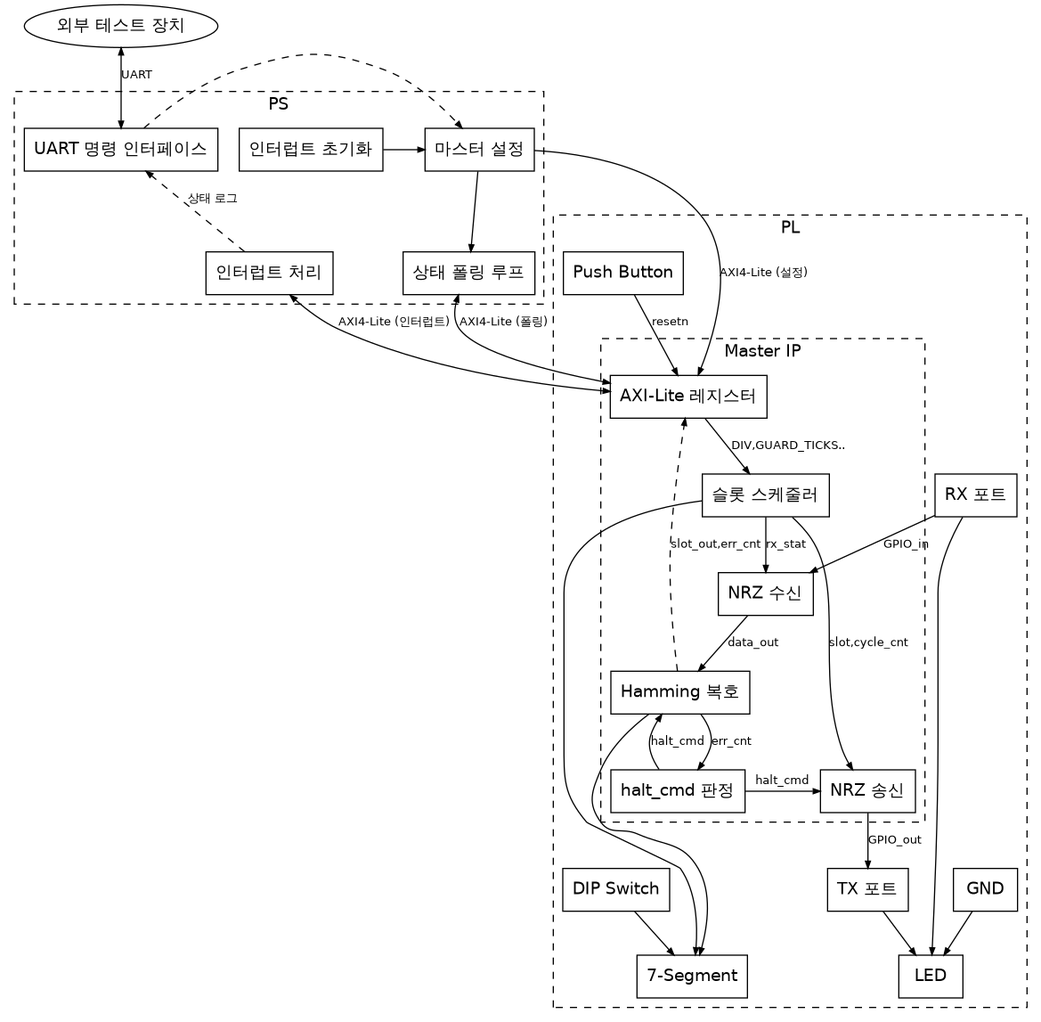
Earlier version of the Graphviz export diagrams/full_stack.png (Woodong02/SoC_Design_and_Programming). Its source is kept beside it as diagrams/full_stack.dot.
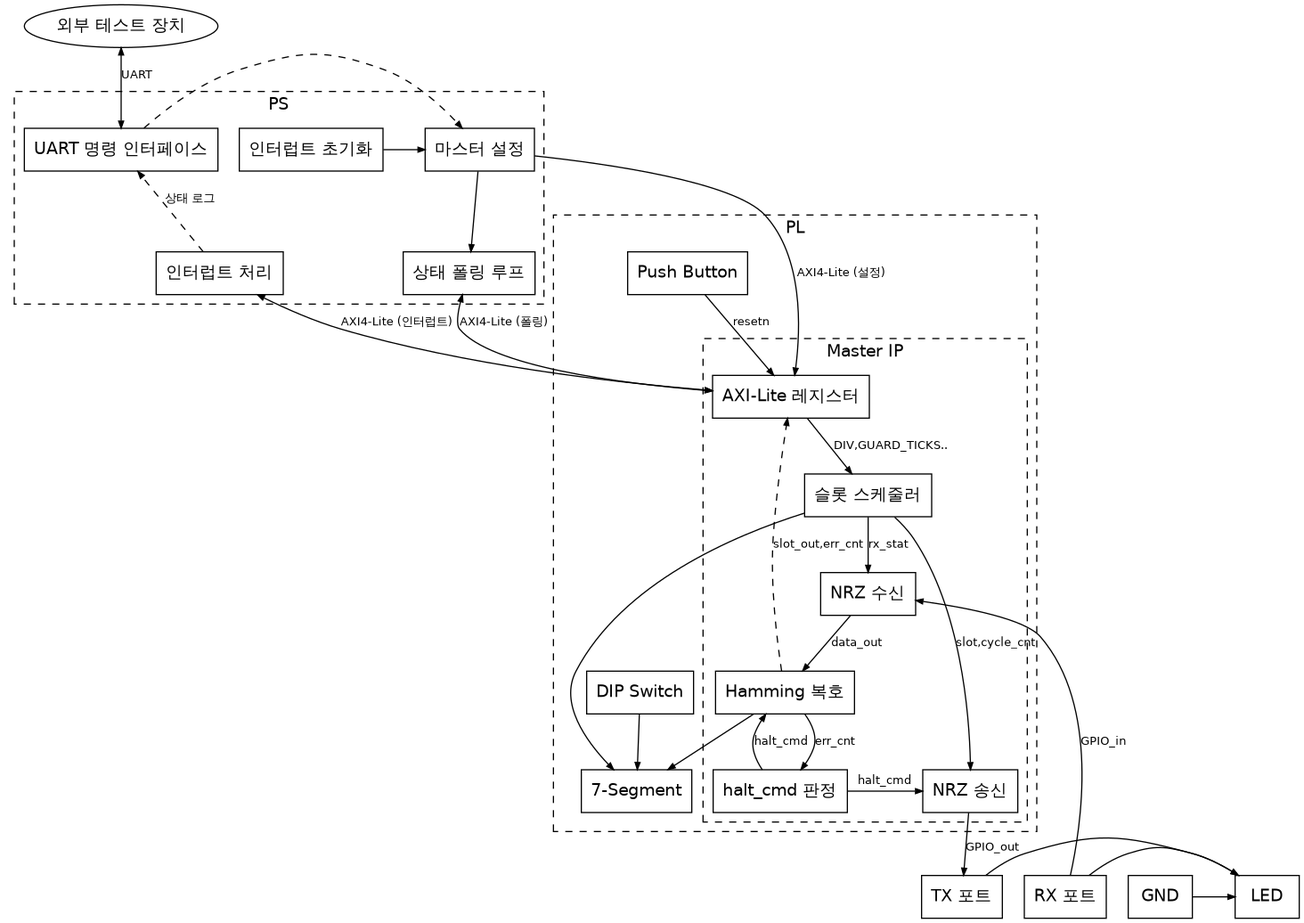
Above is the later version.

The edit, as a diff of the source:
```diff
@@ -70,17 +70,20 @@
 
         { rank=same; LED; SEG; }
 
-        GND -> LED;
-        TXP -> LED;
-        RXP -> LED;
-        TX  -> TXP [label="GPIO_out"];
-        RXP -> RX  [label="GPIO_in"];
         DIP -> SEG;
         SLOT -> SEG;
         DEC  -> SEG;
         PB   -> AXI [label="resetn"];
     }
 
+    { rank=same; GND; TXP; RXP; LED; }
+
+    GND -> LED;
+    TXP -> LED;
+    RXP -> LED;
+    TX  -> TXP [label="GPIO_out"];
+    RXP -> RX  [label="GPIO_in"];
+
     EXT -> UARTCMD [label="UART", dir=both];
     CFG  -> AXI [label="AXI4-Lite (설정)"];
     POLL -> AXI [label="AXI4-Lite (폴링)", dir=both];
```
